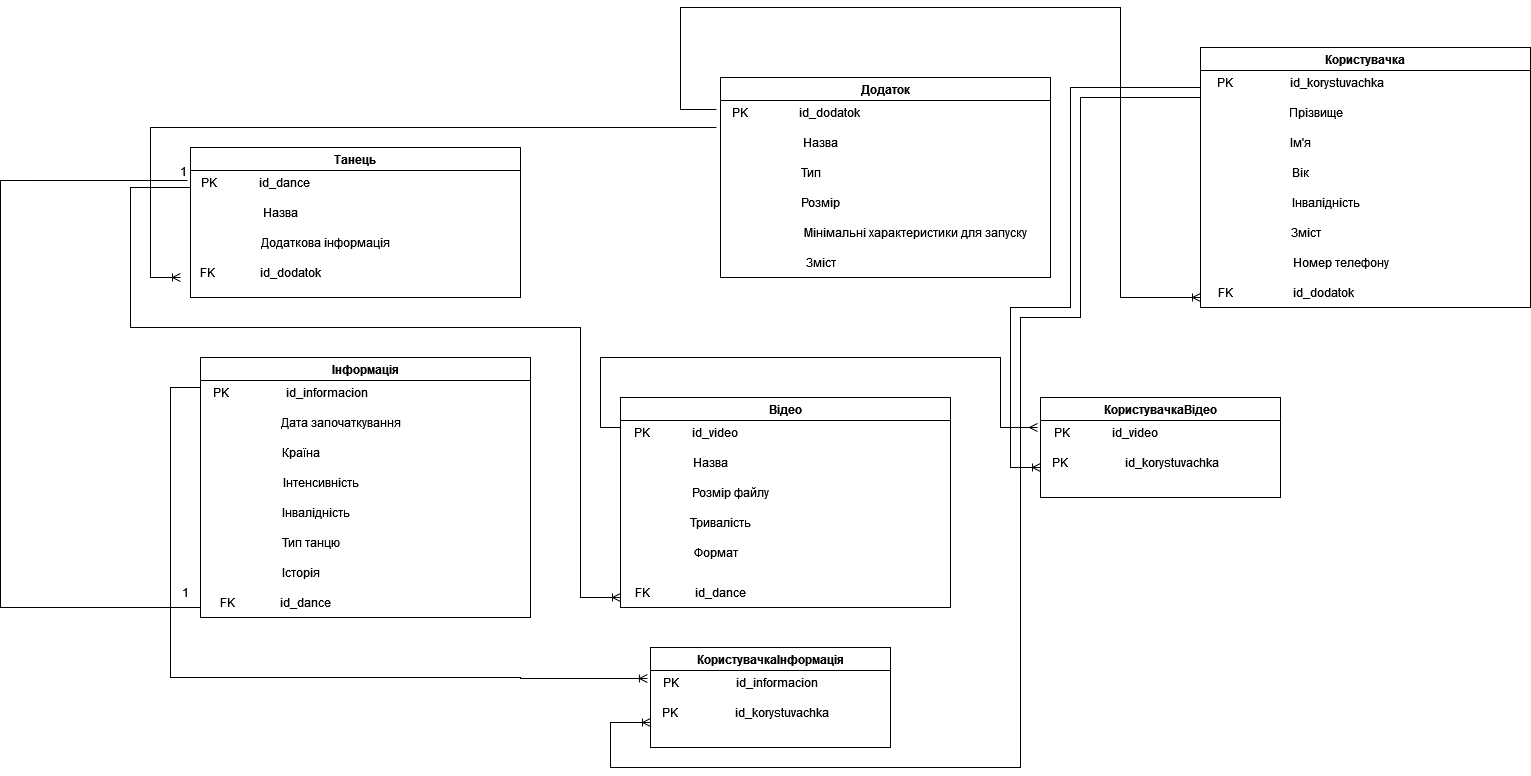
The draw.io diagram 2-SoftwareDesign/2.3-DataModel/Диаграмма без названия.drawio.png in oleksandrblazhko/eai205-shapovalova, before a commit. Source tidied: cells renumbered, new cells last; positions are measured from the earlier drawing's top-left corner, leaving out a move shared by most shapes.
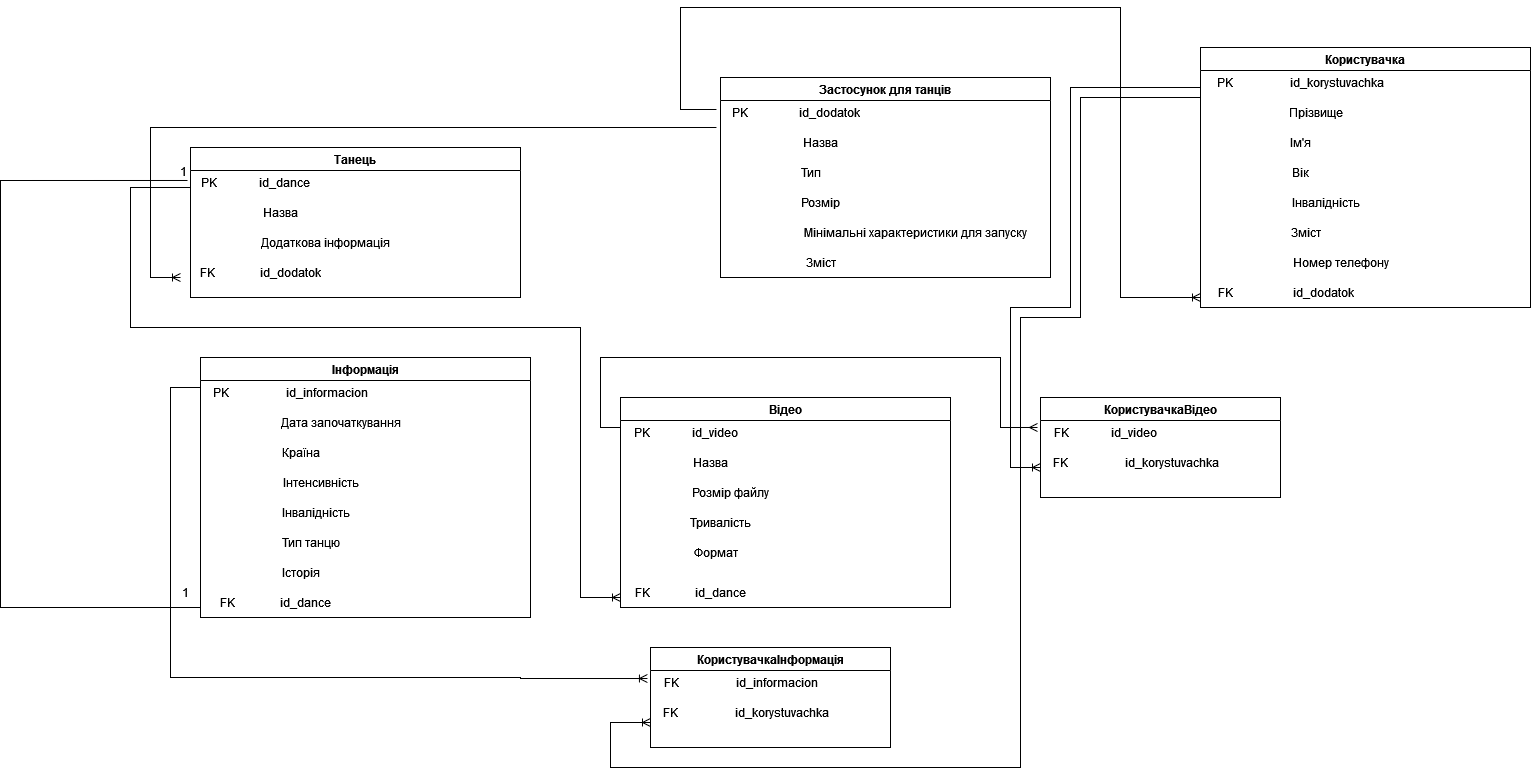
After the change.

Diff of the diagram source:
```diff
@@ -2,7 +2,7 @@
   <root>
     <mxCell id="0" />
     <mxCell id="1" parent="0" />
-    <mxCell id="2" value="Додаток" style="swimlane;" parent="1" vertex="1">
+    <mxCell id="2" value="Застосунок для танців" style="swimlane;startSize=23;" parent="1" vertex="1">
       <mxGeometry x="720" y="70" width="330" height="200" as="geometry" />
     </mxCell>
     <mxCell id="3" value="PK &amp;nbsp; &amp;nbsp; &amp;nbsp; &amp;nbsp;&amp;nbsp;&amp;nbsp;&amp;nbsp;&amp;nbsp;&amp;nbsp; &amp;nbsp;&amp;nbsp; id_dodatok" style="text;html=1;align=center;verticalAlign=middle;points=[];strokeColor=none;fillColor=none;" parent="2" vertex="1">
@@ -163,10 +163,10 @@
     <mxCell id="45" value="КористувачкаВідео" style="swimlane;" parent="1" vertex="1">
       <mxGeometry x="1040" y="390" width="240" height="100" as="geometry" />
     </mxCell>
-    <mxCell id="46" value="PK &amp;nbsp; &amp;nbsp; &amp;nbsp; &amp;nbsp;&amp;nbsp;&amp;nbsp;&amp;nbsp;&amp;nbsp;&amp;nbsp; id_video" style="text;html=1;align=center;verticalAlign=middle;points=[];strokeColor=none;fillColor=none;" parent="45" vertex="1">
+    <mxCell id="46" value="FK &amp;nbsp; &amp;nbsp; &amp;nbsp; &amp;nbsp;&amp;nbsp;&amp;nbsp;&amp;nbsp;&amp;nbsp;&amp;nbsp; id_video" style="text;html=1;align=center;verticalAlign=middle;points=[];strokeColor=none;fillColor=none;" parent="45" vertex="1">
       <mxGeometry y="20" width="130" height="30" as="geometry" />
     </mxCell>
-    <mxCell id="47" value="PK &amp;nbsp; &amp;nbsp; &amp;nbsp; &amp;nbsp;&amp;nbsp;&amp;nbsp;&amp;nbsp;&amp;nbsp;&amp;nbsp; &amp;nbsp; &amp;nbsp;&amp;nbsp; id_korystuvachka" style="text;html=1;align=center;verticalAlign=middle;strokeColor=none;fillColor=none;" parent="45" vertex="1">
+    <mxCell id="47" value="FK &amp;nbsp; &amp;nbsp; &amp;nbsp; &amp;nbsp;&amp;nbsp;&amp;nbsp;&amp;nbsp;&amp;nbsp;&amp;nbsp; &amp;nbsp; &amp;nbsp;&amp;nbsp; id_korystuvachka" style="text;html=1;align=center;verticalAlign=middle;strokeColor=none;fillColor=none;" parent="45" vertex="1">
       <mxGeometry y="50" width="190" height="30" as="geometry" />
     </mxCell>
     <mxCell id="48" style="edgeStyle=orthogonalEdgeStyle;fontSize=12;html=1;endArrow=ERmany;rounded=0;elbow=vertical;entryX=-0.023;entryY=0.333;entryDx=0;entryDy=0;entryPerimeter=0;" parent="1" edge="1" target="46">
@@ -195,10 +195,10 @@
     <mxCell id="50" value="КористувачкаІнформація" style="swimlane;" parent="1" vertex="1">
       <mxGeometry x="650" y="640" width="240" height="100" as="geometry" />
     </mxCell>
-    <mxCell id="51" value="PK &amp;nbsp; &amp;nbsp; &amp;nbsp; &amp;nbsp;&amp;nbsp;&amp;nbsp;&amp;nbsp;&amp;nbsp;&amp;nbsp; &amp;nbsp; &amp;nbsp;&amp;nbsp; id_informacion" style="text;html=1;align=center;verticalAlign=middle;points=[];strokeColor=none;fillColor=none;" parent="50" vertex="1">
+    <mxCell id="51" value="FK &amp;nbsp; &amp;nbsp; &amp;nbsp; &amp;nbsp;&amp;nbsp;&amp;nbsp;&amp;nbsp;&amp;nbsp;&amp;nbsp; &amp;nbsp; &amp;nbsp;&amp;nbsp; id_informacion" style="text;html=1;align=center;verticalAlign=middle;points=[];strokeColor=none;fillColor=none;" parent="50" vertex="1">
       <mxGeometry y="20" width="180" height="30" as="geometry" />
     </mxCell>
-    <mxCell id="52" value="PK &amp;nbsp; &amp;nbsp; &amp;nbsp; &amp;nbsp;&amp;nbsp;&amp;nbsp;&amp;nbsp;&amp;nbsp;&amp;nbsp; &amp;nbsp; &amp;nbsp;&amp;nbsp; id_korystuvachka" style="text;html=1;align=center;verticalAlign=middle;strokeColor=none;fillColor=none;" parent="50" vertex="1">
+    <mxCell id="52" value="FK &amp;nbsp; &amp;nbsp; &amp;nbsp; &amp;nbsp;&amp;nbsp;&amp;nbsp;&amp;nbsp;&amp;nbsp;&amp;nbsp; &amp;nbsp; &amp;nbsp;&amp;nbsp; id_korystuvachka" style="text;html=1;align=center;verticalAlign=middle;strokeColor=none;fillColor=none;" parent="50" vertex="1">
       <mxGeometry y="50" width="190" height="30" as="geometry" />
     </mxCell>
     <mxCell id="53" style="edgeStyle=orthogonalEdgeStyle;fontSize=12;html=1;endArrow=ERoneToMany;rounded=0;elbow=vertical;entryX=-0.017;entryY=0.367;entryDx=0;entryDy=0;entryPerimeter=0;" parent="1" edge="1" target="51">
```
